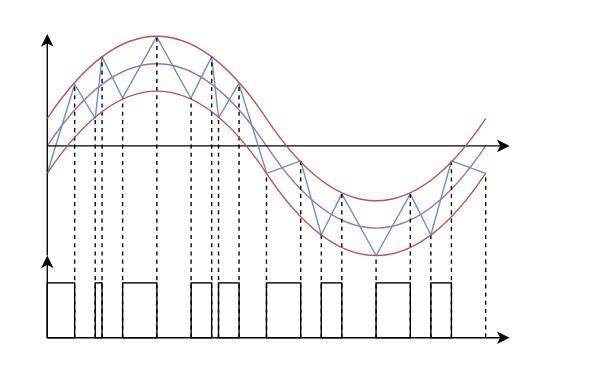
Earlier version of the draw.io diagram current_hysterisis.drawio (thece36/drawio). Source tidied: cells renumbered, new cells numbered last; positions are measured from the earlier drawing's top-left corner, leaving out a move shared by most shapes. Both pictures are drawn from the tidied source at 137%, with x=0, y=0 at pixel (47, -47).
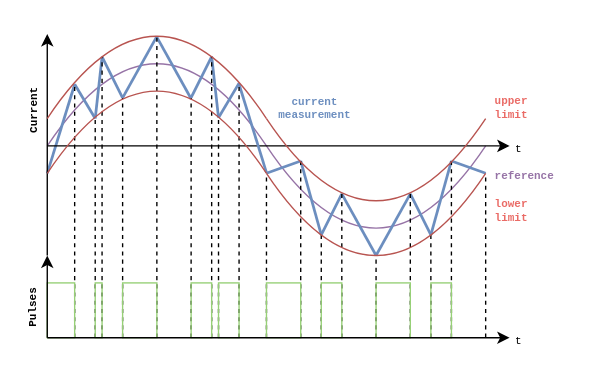
Above is the later version.

The edit, as a diff of the source:
```diff
@@
-    <mxCell id="3" style="endArrow=none;html=1;curved=1;fillColor=#e1d5e7;strokeColor=#9673a6;" parent="1" edge="1">
+    <mxCell id="3" style="endArrow=none;html=1;curved=1;fillColor=#e1d5e7;strokeColor=#9673A6;" parent="1" edge="1">
       <mxGeometry relative="1" as="geometry">
         <mxPoint x="320" y="140" as="sourcePoint" />
         <mxPoint x="160" y="140" as="targetPoint" />
         <Array as="points">
           <mxPoint x="240" y="260" />
         </Array>
       </mxGeometry>
     </mxCell>
-    <mxCell id="4" style="endArrow=none;html=1;fillColor=#dae8fc;strokeColor=#6c8ebf;" parent="1" edge="1">
+    <mxCell id="4" style="endArrow=none;html=1;fillColor=#dae8fc;strokeColor=#6c8ebf;strokeWidth=2;" parent="1" edge="1">
       <mxGeometry relative="1" as="geometry">
         <mxPoint y="160" as="sourcePoint" />
         <mxPoint x="20" y="95" as="targetPoint" />
       </mxGeometry>
     </mxCell>
-    <mxCell id="5" style="endArrow=none;html=1;fillColor=#dae8fc;strokeColor=#6c8ebf;" parent="1" edge="1">
+    <mxCell id="5" style="endArrow=none;html=1;fillColor=#dae8fc;strokeColor=#6c8ebf;strokeWidth=2;" parent="1" edge="1">
       <mxGeometry relative="1" as="geometry">
         <mxPoint x="35" y="120" as="sourcePoint" />
         <mxPoint x="20" y="95" as="targetPoint" />
       </mxGeometry>
     </mxCell>
-    <mxCell id="6" style="endArrow=none;html=1;fillColor=#dae8fc;strokeColor=#6c8ebf;" parent="1" edge="1">
+    <mxCell id="6" style="endArrow=none;html=1;fillColor=#dae8fc;strokeColor=#6c8ebf;strokeWidth=2;" parent="1" edge="1">
       <mxGeometry relative="1" as="geometry">
         <mxPoint x="35" y="120" as="sourcePoint" />
         <mxPoint x="40" y="75" as="targetPoint" />
       </mxGeometry>
     </mxCell>
-    <mxCell id="7" style="endArrow=none;html=1;fillColor=#dae8fc;strokeColor=#6c8ebf;" parent="1" edge="1">
+    <mxCell id="7" style="endArrow=none;html=1;fillColor=#dae8fc;strokeColor=#6c8ebf;strokeWidth=2;" parent="1" edge="1">
       <mxGeometry relative="1" as="geometry">
         <mxPoint x="40" y="75" as="sourcePoint" />
         <mxPoint x="55" y="105" as="targetPoint" />
       </mxGeometry>
     </mxCell>
-    <mxCell id="8" style="endArrow=none;html=1;fillColor=#dae8fc;strokeColor=#6c8ebf;" parent="1" edge="1">
+    <mxCell id="8" style="endArrow=none;html=1;fillColor=#dae8fc;strokeColor=#6c8ebf;strokeWidth=2;" parent="1" edge="1">
       <mxGeometry relative="1" as="geometry">
         <mxPoint x="55" y="105" as="sourcePoint" />
         <mxPoint x="80" y="60" as="targetPoint" />
       </mxGeometry>
     </mxCell>
-    <mxCell id="9" style="endArrow=none;html=1;fillColor=#dae8fc;strokeColor=#6c8ebf;" parent="1" edge="1">
+    <mxCell id="9" style="endArrow=none;html=1;fillColor=#dae8fc;strokeColor=#6c8ebf;strokeWidth=2;" parent="1" edge="1">
       <mxGeometry relative="1" as="geometry">
         <mxPoint x="105" y="104.8" as="sourcePoint" />
         <mxPoint x="120" y="74.8" as="targetPoint" />
       </mxGeometry>
     </mxCell>
-    <mxCell id="10" style="endArrow=none;html=1;fillColor=#dae8fc;strokeColor=#6c8ebf;" parent="1" edge="1">
+    <mxCell id="10" style="endArrow=none;html=1;fillColor=#dae8fc;strokeColor=#6c8ebf;strokeWidth=2;" parent="1" edge="1">
       <mxGeometry relative="1" as="geometry">
         <mxPoint x="105" y="105.6" as="sourcePoint" />
         <mxPoint x="80" y="60.6" as="targetPoint" />
       </mxGeometry>
     </mxCell>
@@
-    <mxCell id="12" style="endArrow=none;html=1;fillColor=#dae8fc;strokeColor=#6c8ebf;" parent="1" edge="1">
+    <mxCell id="12" style="endArrow=none;html=1;fillColor=#dae8fc;strokeColor=#6c8ebf;strokeWidth=2;" parent="1" edge="1">
       <mxGeometry relative="1" as="geometry">
         <mxPoint x="125" y="119.3" as="sourcePoint" />
         <mxPoint x="120" y="74.6" as="targetPoint" />
       </mxGeometry>
     </mxCell>
-    <mxCell id="13" style="endArrow=none;html=1;fillColor=#dae8fc;strokeColor=#6c8ebf;" parent="1" edge="1">
+    <mxCell id="13" style="endArrow=none;html=1;fillColor=#dae8fc;strokeColor=#6c8ebf;strokeWidth=2;" parent="1" edge="1">
       <mxGeometry relative="1" as="geometry">
         <mxPoint x="125.1" y="119.3" as="sourcePoint" />
         <mxPoint x="140.1" y="94" as="targetPoint" />
       </mxGeometry>
     </mxCell>
-    <mxCell id="14" style="endArrow=none;html=1;fillColor=#dae8fc;strokeColor=#6c8ebf;" parent="1" edge="1">
+    <mxCell id="14" style="endArrow=none;html=1;fillColor=#dae8fc;strokeColor=#6c8ebf;strokeWidth=2;" parent="1" edge="1">
       <mxGeometry relative="1" as="geometry">
         <mxPoint x="160" y="159.5" as="sourcePoint" />
         <mxPoint x="140" y="95" as="targetPoint" />
       </mxGeometry>
     </mxCell>
-    <mxCell id="15" style="endArrow=classic;html=1;" parent="1" edge="1">
-      <mxGeometry relative="1" as="geometry">
-        <mxPoint y="280" as="sourcePoint" />
-        <mxPoint x="337.5" y="280" as="targetPoint" />
-      </mxGeometry>
-    </mxCell>
@@
-    <mxCell id="25" style="endArrow=none;html=1;fillColor=#dae8fc;strokeColor=#6c8ebf;" parent="1" edge="1">
+    <mxCell id="25" style="endArrow=none;html=1;fillColor=#dae8fc;strokeColor=#6c8ebf;strokeWidth=2;" parent="1" edge="1">
       <mxGeometry relative="1" as="geometry">
         <mxPoint x="215" y="175" as="sourcePoint" />
         <mxPoint x="240" y="220" as="targetPoint" />
       </mxGeometry>
     </mxCell>
-    <mxCell id="26" style="endArrow=none;html=1;fillColor=#dae8fc;strokeColor=#6c8ebf;" parent="1" edge="1">
+    <mxCell id="26" style="endArrow=none;html=1;fillColor=#dae8fc;strokeColor=#6c8ebf;strokeWidth=2;" parent="1" edge="1">
       <mxGeometry relative="1" as="geometry">
         <mxPoint x="265" y="175" as="sourcePoint" />
         <mxPoint x="240" y="220" as="targetPoint" />
       </mxGeometry>
     </mxCell>
-    <mxCell id="27" style="endArrow=none;html=1;fillColor=#dae8fc;strokeColor=#6c8ebf;" parent="1" edge="1">
+    <mxCell id="27" style="endArrow=none;html=1;fillColor=#dae8fc;strokeColor=#6c8ebf;strokeWidth=2;" parent="1" edge="1">
       <mxGeometry relative="1" as="geometry">
         <mxPoint x="160" y="160" as="sourcePoint" />
         <mxPoint x="185" y="151" as="targetPoint" />
       </mxGeometry>
     </mxCell>
-    <mxCell id="28" style="endArrow=none;html=1;fillColor=#dae8fc;strokeColor=#6c8ebf;" parent="1" edge="1">
+    <mxCell id="28" style="endArrow=none;html=1;fillColor=#dae8fc;strokeColor=#6C8EBF;strokeWidth=2;" parent="1" edge="1">
       <mxGeometry relative="1" as="geometry">
         <mxPoint x="200" y="205" as="sourcePoint" />
         <mxPoint x="185" y="151" as="targetPoint" />
       </mxGeometry>
     </mxCell>
-    <mxCell id="29" style="endArrow=none;html=1;fillColor=#dae8fc;strokeColor=#6c8ebf;" parent="1" edge="1">
+    <mxCell id="29" style="endArrow=none;html=1;fillColor=#dae8fc;strokeColor=#6c8ebf;strokeWidth=2;" parent="1" edge="1">
       <mxGeometry relative="1" as="geometry">
         <mxPoint x="200" y="205" as="sourcePoint" />
         <mxPoint x="215" y="175" as="targetPoint" />
       </mxGeometry>
     </mxCell>
-    <mxCell id="30" style="endArrow=none;html=1;fillColor=#dae8fc;strokeColor=#6c8ebf;" parent="1" edge="1">
+    <mxCell id="30" style="endArrow=none;html=1;fillColor=#dae8fc;strokeColor=#6c8ebf;strokeWidth=2;" parent="1" edge="1">
       <mxGeometry relative="1" as="geometry">
         <mxPoint x="280" y="205" as="sourcePoint" />
         <mxPoint x="265" y="175" as="targetPoint" />
       </mxGeometry>
     </mxCell>
-    <mxCell id="31" style="endArrow=none;html=1;fillColor=#dae8fc;strokeColor=#6c8ebf;" parent="1" edge="1">
+    <mxCell id="31" style="endArrow=none;html=1;fillColor=#dae8fc;strokeColor=#6c8ebf;strokeWidth=2;" parent="1" edge="1">
       <mxGeometry relative="1" as="geometry">
         <mxPoint x="280" y="205" as="sourcePoint" />
         <mxPoint x="295" y="151" as="targetPoint" />
       </mxGeometry>
     </mxCell>
-    <mxCell id="32" style="endArrow=none;html=1;fillColor=#dae8fc;strokeColor=#6c8ebf;" parent="1" edge="1">
+    <mxCell id="32" style="endArrow=none;html=1;fillColor=#dae8fc;strokeColor=#6c8ebf;strokeWidth=2;" parent="1" edge="1">
       <mxGeometry relative="1" as="geometry">
         <mxPoint x="295" y="151" as="sourcePoint" />
         <mxPoint x="320" y="160" as="targetPoint" />
       </mxGeometry>
     </mxCell>
@@
-    <mxCell id="42" style="endArrow=classic;html=1;" parent="1" edge="1">
-      <mxGeometry relative="1" as="geometry">
-        <mxPoint y="280" as="sourcePoint" />
-        <mxPoint y="220" as="targetPoint" />
-      </mxGeometry>
-    </mxCell>
@@
-    <mxCell id="48" style="rounded=0;whiteSpace=wrap;html=1;fillColor=none;" parent="1" vertex="1">
+    <mxCell id="48" style="rounded=0;whiteSpace=wrap;html=1;fillColor=none;strokeColor=#97D077;" parent="1" vertex="1">
       <mxGeometry y="240" width="20" height="40" as="geometry" />
     </mxCell>
-    <mxCell id="49" style="rounded=0;whiteSpace=wrap;html=1;fillColor=none;" parent="1" vertex="1">
+    <mxCell id="49" style="rounded=0;whiteSpace=wrap;html=1;fillColor=none;strokeColor=#97D077;" parent="1" vertex="1">
       <mxGeometry x="35" y="240" width="5" height="40" as="geometry" />
     </mxCell>
-    <mxCell id="50" style="rounded=0;whiteSpace=wrap;html=1;fillColor=none;" parent="1" vertex="1">
+    <mxCell id="50" style="rounded=0;whiteSpace=wrap;html=1;fillColor=none;strokeColor=#97D077;" parent="1" vertex="1">
       <mxGeometry x="55" y="240" width="25" height="40" as="geometry" />
     </mxCell>
-    <mxCell id="51" style="rounded=0;whiteSpace=wrap;html=1;fillColor=none;" parent="1" vertex="1">
+    <mxCell id="51" style="rounded=0;whiteSpace=wrap;html=1;fillColor=none;strokeColor=#97D077;" parent="1" vertex="1">
       <mxGeometry x="105" y="240" width="15" height="40" as="geometry" />
     </mxCell>
-    <mxCell id="52" style="rounded=0;whiteSpace=wrap;html=1;fillColor=none;" parent="1" vertex="1">
+    <mxCell id="52" style="rounded=0;whiteSpace=wrap;html=1;fillColor=none;strokeColor=#97D077;" parent="1" vertex="1">
       <mxGeometry x="125" y="240" width="15" height="40" as="geometry" />
     </mxCell>
-    <mxCell id="53" style="rounded=0;whiteSpace=wrap;html=1;fillColor=none;" parent="1" vertex="1">
+    <mxCell id="53" style="rounded=0;whiteSpace=wrap;html=1;fillColor=none;strokeColor=#97D077;" parent="1" vertex="1">
       <mxGeometry x="160" y="240" width="25" height="40" as="geometry" />
     </mxCell>
-    <mxCell id="54" style="rounded=0;whiteSpace=wrap;html=1;fillColor=none;" parent="1" vertex="1">
+    <mxCell id="54" style="rounded=0;whiteSpace=wrap;html=1;fillColor=none;strokeColor=#97D077;" parent="1" vertex="1">
       <mxGeometry x="200" y="240" width="15" height="40" as="geometry" />
     </mxCell>
-    <mxCell id="55" style="rounded=0;whiteSpace=wrap;html=1;fillColor=none;" parent="1" vertex="1">
+    <mxCell id="55" style="rounded=0;whiteSpace=wrap;html=1;fillColor=none;strokeColor=#97D077;" parent="1" vertex="1">
       <mxGeometry x="240" y="240" width="25" height="40" as="geometry" />
     </mxCell>
-    <mxCell id="56" style="rounded=0;whiteSpace=wrap;html=1;fillColor=none;" parent="1" vertex="1">
+    <mxCell id="56" style="rounded=0;whiteSpace=wrap;html=1;fillColor=none;strokeColor=#97D077;" parent="1" vertex="1">
       <mxGeometry x="280" y="240" width="15" height="40" as="geometry" />
     </mxCell>
+    <mxCell id="57" value="&lt;div style=&quot;font-size: 8px&quot; align=&quot;center&quot;&gt;&lt;b&gt;&lt;font style=&quot;font-size: 8px&quot; face=&quot;Courier New&quot; color=&quot;#EA6B66&quot;&gt;upper&lt;/font&gt;&lt;/b&gt;&lt;/div&gt;&lt;div style=&quot;font-size: 8px&quot; align=&quot;center&quot;&gt;&lt;b&gt;&lt;font style=&quot;font-size: 8px&quot; face=&quot;Courier New&quot; color=&quot;#EA6B66&quot;&gt;limit&lt;/font&gt;&lt;br style=&quot;font-size: 8px&quot;&gt;&lt;/b&gt;&lt;/div&gt;" style="text;html=1;align=left;verticalAlign=top;spacingTop=-4;fontSize=8;" parent="1" vertex="1">
+      <mxGeometry x="325" y="100" width="40" height="25" as="geometry" />
+    </mxCell>
+    <mxCell id="58" value="&lt;b&gt;&lt;font style=&quot;font-size: 8px&quot; color=&quot;#EA6B66&quot;&gt;&lt;font style=&quot;font-size: 8px&quot; face=&quot;Courier New&quot;&gt;lower&lt;/font&gt;&lt;/font&gt;&lt;/b&gt;&lt;div style=&quot;font-size: 8px&quot; align=&quot;center&quot;&gt;&lt;b&gt;&lt;font style=&quot;font-size: 8px&quot; face=&quot;Courier New&quot; color=&quot;#EA6B66&quot;&gt;limit&lt;/font&gt;&lt;br style=&quot;font-size: 8px&quot;&gt;&lt;/b&gt;&lt;/div&gt;" style="text;html=1;align=left;verticalAlign=top;spacingTop=-4;fontSize=8;" parent="1" vertex="1">
+      <mxGeometry x="325" y="175" width="40" height="25" as="geometry" />
+    </mxCell>
+    <mxCell id="59" value="&lt;b&gt;&lt;font face=&quot;Courier New&quot; color=&quot;#9673A6&quot;&gt;reference&lt;/font&gt;&lt;/b&gt;" style="text;html=1;align=left;verticalAlign=top;spacingTop=-4;fontSize=8;" parent="1" vertex="1">
+      <mxGeometry x="325" y="155" width="60" height="15" as="geometry" />
+    </mxCell>
+    <mxCell id="60" value="&lt;font face=&quot;Courier New&quot;&gt;t&lt;/font&gt;" style="text;html=1;align=left;verticalAlign=top;spacingTop=-4;fontSize=8;" parent="1" vertex="1">
+      <mxGeometry x="340" y="135" width="20" height="15" as="geometry" />
+    </mxCell>
+    <mxCell id="61" value="&lt;font face=&quot;Courier New&quot;&gt;t&lt;/font&gt;" style="text;html=1;align=left;verticalAlign=top;spacingTop=-4;fontSize=8;" parent="1" vertex="1">
+      <mxGeometry x="340" y="275" width="20" height="15" as="geometry" />
+    </mxCell>
+    <mxCell id="62" value="&lt;b&gt;&lt;font face=&quot;Courier New&quot;&gt;Pulses&lt;/font&gt;&lt;/b&gt;" style="text;html=1;align=left;verticalAlign=top;spacingTop=-4;fontSize=8;rotation=-90;" parent="1" vertex="1">
+      <mxGeometry x="-32.5" y="245" width="45" height="15" as="geometry" />
+    </mxCell>
+    <mxCell id="63" value="&lt;b&gt;&lt;font face=&quot;Courier New&quot;&gt;Current&lt;/font&gt;&lt;/b&gt;" style="text;html=1;align=left;verticalAlign=top;spacingTop=-4;fontSize=8;rotation=-90;" parent="1" vertex="1">
+      <mxGeometry x="-35" y="100" width="50" height="15" as="geometry" />
+    </mxCell>
+    <mxCell id="64" value="&lt;div&gt;&lt;b&gt;&lt;font face=&quot;Courier New&quot; color=&quot;#6C8EBF&quot;&gt;current&lt;/font&gt;&lt;/b&gt;&lt;/div&gt;&lt;div&gt;&lt;b&gt;&lt;font face=&quot;Courier New&quot; color=&quot;#6C8EBF&quot;&gt;measurement&lt;br&gt;&lt;/font&gt;&lt;/b&gt;&lt;/div&gt;" style="text;html=1;align=center;verticalAlign=bottom;spacingTop=-4;fontSize=8;" parent="1" vertex="1">
+      <mxGeometry x="160" y="100" width="70" height="25" as="geometry" />
+    </mxCell>
+    <mxCell id="15" style="endArrow=classic;html=1;" parent="1" edge="1">
+      <mxGeometry relative="1" as="geometry">
+        <mxPoint y="280" as="sourcePoint" />
+        <mxPoint x="337.5" y="280" as="targetPoint" />
+      </mxGeometry>
+    </mxCell>
+    <mxCell id="42" style="endArrow=classic;html=1;" parent="1" edge="1">
+      <mxGeometry relative="1" as="geometry">
+        <mxPoint y="280" as="sourcePoint" />
+        <mxPoint y="220" as="targetPoint" />
+      </mxGeometry>
+    </mxCell>
```
